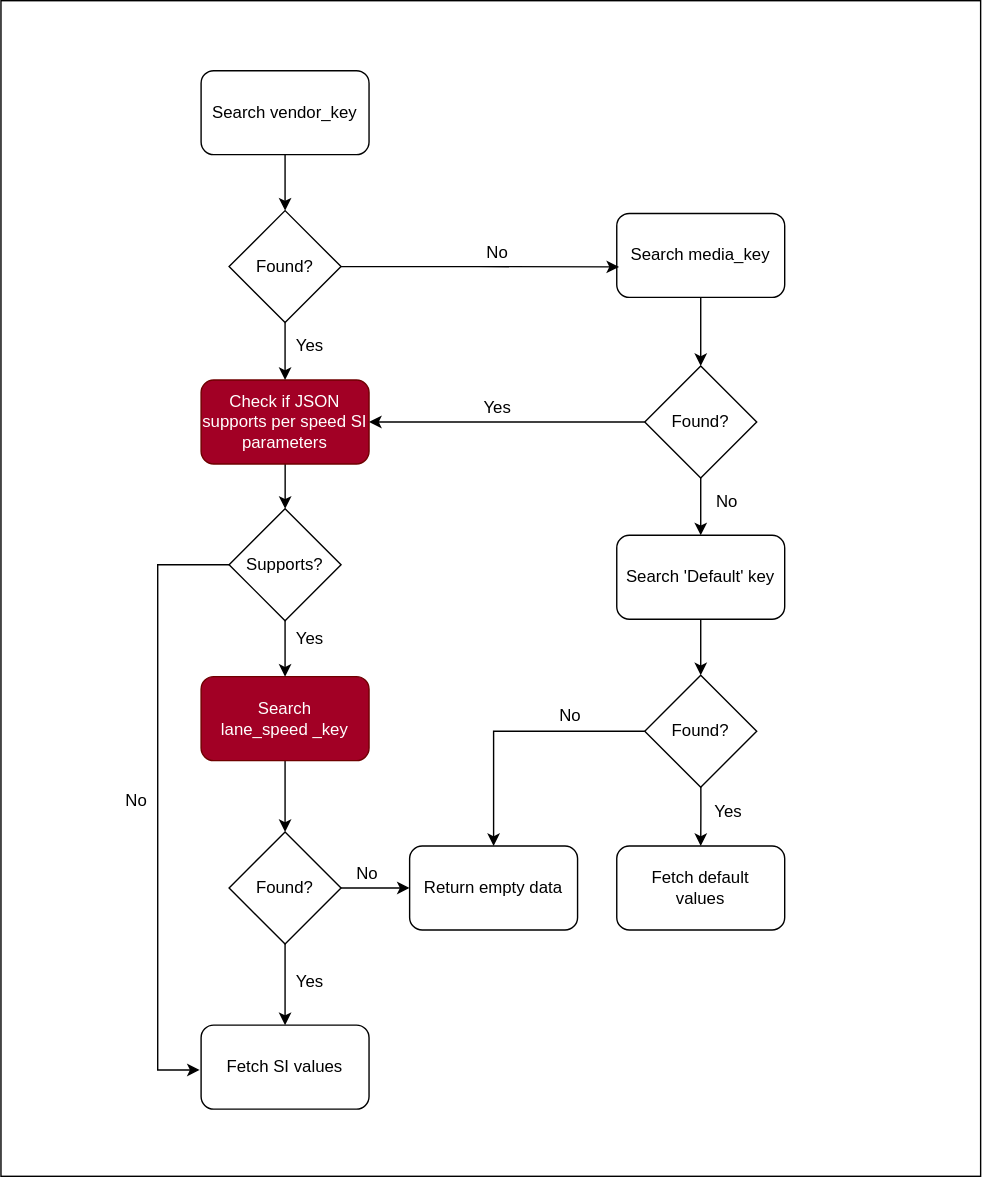
Above: doc/port-si/parser_flow.drawio.svg in sonic-net/SONiC (draw.io), before the change. Source tidied: cells renumbered, new cells last; positions are measured from the earlier drawing's top-left corner, leaving out a move shared by most shapes. The source it was exported from:
```xml
<mxGraphModel>
  <root>
    <mxCell id="0" />
    <mxCell id="1" parent="0" />
    <mxCell id="2" style="rounded=0;whiteSpace=wrap;html=1;" parent="1" vertex="1">
      <mxGeometry width="700" height="840" as="geometry" />
    </mxCell>
    <mxCell id="3" style="edgeStyle=orthogonalEdgeStyle;rounded=0;jettySize=auto;html=1;exitX=0.5;exitY=1;exitDx=0;exitDy=0;entryX=0.5;entryY=0;entryDx=0;entryDy=0;" parent="1" edge="1" source="4" target="11">
      <mxGeometry relative="1" as="geometry" />
    </mxCell>
    <mxCell id="4" value="Search vendor_key&amp;nbsp;" style="rounded=1;whiteSpace=wrap;html=1;" parent="1" vertex="1">
      <mxGeometry x="143" y="50" width="120" height="60" as="geometry" />
    </mxCell>
    <mxCell id="5" style="edgeStyle=orthogonalEdgeStyle;rounded=0;jettySize=auto;html=1;" parent="1" edge="1" source="6" target="27">
      <mxGeometry relative="1" as="geometry" />
    </mxCell>
    <mxCell id="6" value="Search media_key&amp;nbsp;" style="rounded=1;whiteSpace=wrap;html=1;" parent="1" vertex="1">
      <mxGeometry x="440" y="152" width="120" height="60" as="geometry" />
    </mxCell>
    <mxCell id="7" style="edgeStyle=orthogonalEdgeStyle;rounded=0;jettySize=auto;html=1;" parent="1" edge="1" source="8" target="16">
      <mxGeometry relative="1" as="geometry" />
    </mxCell>
    <mxCell id="8" value="Check if JSON supports per speed SI parameters" style="rounded=1;whiteSpace=wrap;html=1;fillColor=#a20025;fontColor=#ffffff;strokeColor=#6F0000;" parent="1" vertex="1">
      <mxGeometry x="143" y="271" width="120" height="60" as="geometry" />
    </mxCell>
    <mxCell id="9" style="edgeStyle=orthogonalEdgeStyle;rounded=0;jettySize=auto;html=1;exitX=0.5;exitY=1;exitDx=0;exitDy=0;entryX=0.5;entryY=0;entryDx=0;entryDy=0;" parent="1" edge="1" source="11" target="8">
      <mxGeometry relative="1" as="geometry" />
    </mxCell>
    <mxCell id="10" style="edgeStyle=orthogonalEdgeStyle;rounded=0;jettySize=auto;html=1;entryX=0.014;entryY=0.637;entryDx=0;entryDy=0;entryPerimeter=0;" parent="1" edge="1" source="11" target="6">
      <mxGeometry relative="1" as="geometry" />
    </mxCell>
    <mxCell id="11" value="Found?" style="rhombus;whiteSpace=wrap;html=1;" parent="1" vertex="1">
      <mxGeometry x="163" y="150" width="80" height="80" as="geometry" />
    </mxCell>
    <mxCell id="12" style="edgeStyle=orthogonalEdgeStyle;rounded=0;jettySize=auto;html=1;" parent="1" edge="1" source="13" target="19">
      <mxGeometry relative="1" as="geometry" />
    </mxCell>
    <mxCell id="13" value="Search &lt;br&gt;lane_speed _key" style="rounded=1;whiteSpace=wrap;html=1;fillColor=#a20025;fontColor=#ffffff;strokeColor=#6F0000;" parent="1" vertex="1">
      <mxGeometry x="143" y="483" width="120" height="60" as="geometry" />
    </mxCell>
    <mxCell id="14" style="edgeStyle=orthogonalEdgeStyle;rounded=0;jettySize=auto;html=1;" parent="1" edge="1" source="16" target="13">
      <mxGeometry relative="1" as="geometry" />
    </mxCell>
    <mxCell id="15" style="edgeStyle=orthogonalEdgeStyle;rounded=0;orthogonalLoop=1;jettySize=auto;html=1;" parent="1" edge="1">
      <mxGeometry relative="1" as="geometry">
        <mxPoint x="163" y="403" as="sourcePoint" />
        <mxPoint x="142" y="764" as="targetPoint" />
        <Array as="points">
          <mxPoint x="112" y="403" />
          <mxPoint x="112" y="764" />
        </Array>
      </mxGeometry>
    </mxCell>
    <mxCell id="16" value="Supports?" style="rhombus;whiteSpace=wrap;html=1;" parent="1" vertex="1">
      <mxGeometry x="163" y="363" width="80" height="80" as="geometry" />
    </mxCell>
    <mxCell id="17" style="edgeStyle=orthogonalEdgeStyle;rounded=0;jettySize=auto;html=1;" parent="1" edge="1" source="19" target="20">
      <mxGeometry relative="1" as="geometry" />
    </mxCell>
    <mxCell id="18" style="edgeStyle=orthogonalEdgeStyle;rounded=0;jettySize=auto;html=1;" parent="1" edge="1" source="19" target="29">
      <mxGeometry relative="1" as="geometry" />
    </mxCell>
    <mxCell id="19" value="Found?" style="rhombus;whiteSpace=wrap;html=1;" parent="1" vertex="1">
      <mxGeometry x="163" y="594" width="80" height="80" as="geometry" />
    </mxCell>
    <mxCell id="20" value="Fetch SI values" style="rounded=1;whiteSpace=wrap;html=1;" parent="1" vertex="1">
      <mxGeometry x="143" y="732" width="120" height="60" as="geometry" />
    </mxCell>
    <mxCell id="21" value="No" style="text;html=1;strokeColor=none;fillColor=none;align=center;verticalAlign=middle;whiteSpace=wrap;rounded=0;" parent="1" vertex="1">
      <mxGeometry x="325" y="165" width="60" height="30" as="geometry" />
    </mxCell>
    <mxCell id="22" value="Yes" style="text;html=1;strokeColor=none;fillColor=none;align=center;verticalAlign=middle;whiteSpace=wrap;rounded=0;" parent="1" vertex="1">
      <mxGeometry x="191" y="232" width="60" height="30" as="geometry" />
    </mxCell>
    <mxCell id="23" value="Yes" style="text;html=1;strokeColor=none;fillColor=none;align=center;verticalAlign=middle;whiteSpace=wrap;rounded=0;" parent="1" vertex="1">
      <mxGeometry x="191" y="441" width="60" height="30" as="geometry" />
    </mxCell>
    <mxCell id="24" value="Yes" style="text;html=1;strokeColor=none;fillColor=none;align=center;verticalAlign=middle;whiteSpace=wrap;rounded=0;" parent="1" vertex="1">
      <mxGeometry x="191" y="686" width="60" height="30" as="geometry" />
    </mxCell>
    <mxCell id="25" style="edgeStyle=orthogonalEdgeStyle;rounded=0;jettySize=auto;html=1;entryX=1;entryY=0.5;entryDx=0;entryDy=0;" parent="1" edge="1" source="27" target="8">
      <mxGeometry relative="1" as="geometry" />
    </mxCell>
    <mxCell id="26" style="edgeStyle=orthogonalEdgeStyle;rounded=0;jettySize=auto;html=1;" parent="1" edge="1" source="27" target="33">
      <mxGeometry relative="1" as="geometry" />
    </mxCell>
    <mxCell id="27" value="Found?" style="rhombus;whiteSpace=wrap;html=1;" parent="1" vertex="1">
      <mxGeometry x="460" y="261" width="80" height="80" as="geometry" />
    </mxCell>
    <mxCell id="28" value="No" style="text;html=1;strokeColor=none;fillColor=none;align=center;verticalAlign=middle;whiteSpace=wrap;rounded=0;" parent="1" vertex="1">
      <mxGeometry x="232" y="609" width="60" height="30" as="geometry" />
    </mxCell>
    <mxCell id="29" value="Return empty data" style="rounded=1;whiteSpace=wrap;html=1;" parent="1" vertex="1">
      <mxGeometry x="292" y="604" width="120" height="60" as="geometry" />
    </mxCell>
    <mxCell id="30" value="No" style="text;html=1;strokeColor=none;fillColor=none;align=center;verticalAlign=middle;whiteSpace=wrap;rounded=0;" parent="1" vertex="1">
      <mxGeometry x="67" y="557" width="60" height="30" as="geometry" />
    </mxCell>
    <mxCell id="31" value="Yes" style="text;html=1;strokeColor=none;fillColor=none;align=center;verticalAlign=middle;whiteSpace=wrap;rounded=0;" parent="1" vertex="1">
      <mxGeometry x="325" y="276" width="60" height="30" as="geometry" />
    </mxCell>
    <mxCell id="32" style="edgeStyle=orthogonalEdgeStyle;rounded=0;jettySize=auto;html=1;" parent="1" edge="1" source="33" target="37">
      <mxGeometry relative="1" as="geometry" />
    </mxCell>
    <mxCell id="33" value="Search 'Default' key" style="rounded=1;whiteSpace=wrap;html=1;" parent="1" vertex="1">
      <mxGeometry x="440" y="382" width="120" height="60" as="geometry" />
    </mxCell>
    <mxCell id="34" value="Fetch default&lt;br&gt;values" style="rounded=1;whiteSpace=wrap;html=1;" parent="1" vertex="1">
      <mxGeometry x="440" y="604" width="120" height="60" as="geometry" />
    </mxCell>
    <mxCell id="35" style="edgeStyle=orthogonalEdgeStyle;rounded=0;jettySize=auto;html=1;" parent="1" edge="1" target="34">
      <mxGeometry relative="1" as="geometry">
        <mxPoint x="500.1" y="548.9" as="sourcePoint" />
      </mxGeometry>
    </mxCell>
    <mxCell id="36" style="edgeStyle=orthogonalEdgeStyle;rounded=0;jettySize=auto;html=1;entryX=0.5;entryY=0;entryDx=0;entryDy=0;" parent="1" edge="1" source="37" target="29">
      <mxGeometry relative="1" as="geometry" />
    </mxCell>
    <mxCell id="37" value="Found?" style="rhombus;whiteSpace=wrap;html=1;" parent="1" vertex="1">
      <mxGeometry x="460" y="482" width="80" height="80" as="geometry" />
    </mxCell>
    <mxCell id="38" value="Yes" style="text;html=1;strokeColor=none;fillColor=none;align=center;verticalAlign=middle;whiteSpace=wrap;rounded=0;" parent="1" vertex="1">
      <mxGeometry x="490" y="565" width="60" height="30" as="geometry" />
    </mxCell>
    <mxCell id="39" value="No" style="text;html=1;strokeColor=none;fillColor=none;align=center;verticalAlign=middle;whiteSpace=wrap;rounded=0;" parent="1" vertex="1">
      <mxGeometry x="489" y="343" width="60" height="30" as="geometry" />
    </mxCell>
    <mxCell id="40" value="No" style="text;html=1;strokeColor=none;fillColor=none;align=center;verticalAlign=middle;whiteSpace=wrap;rounded=0;" parent="1" vertex="1">
      <mxGeometry x="377" y="496" width="60" height="30" as="geometry" />
    </mxCell>
  </root>
</mxGraphModel>
```
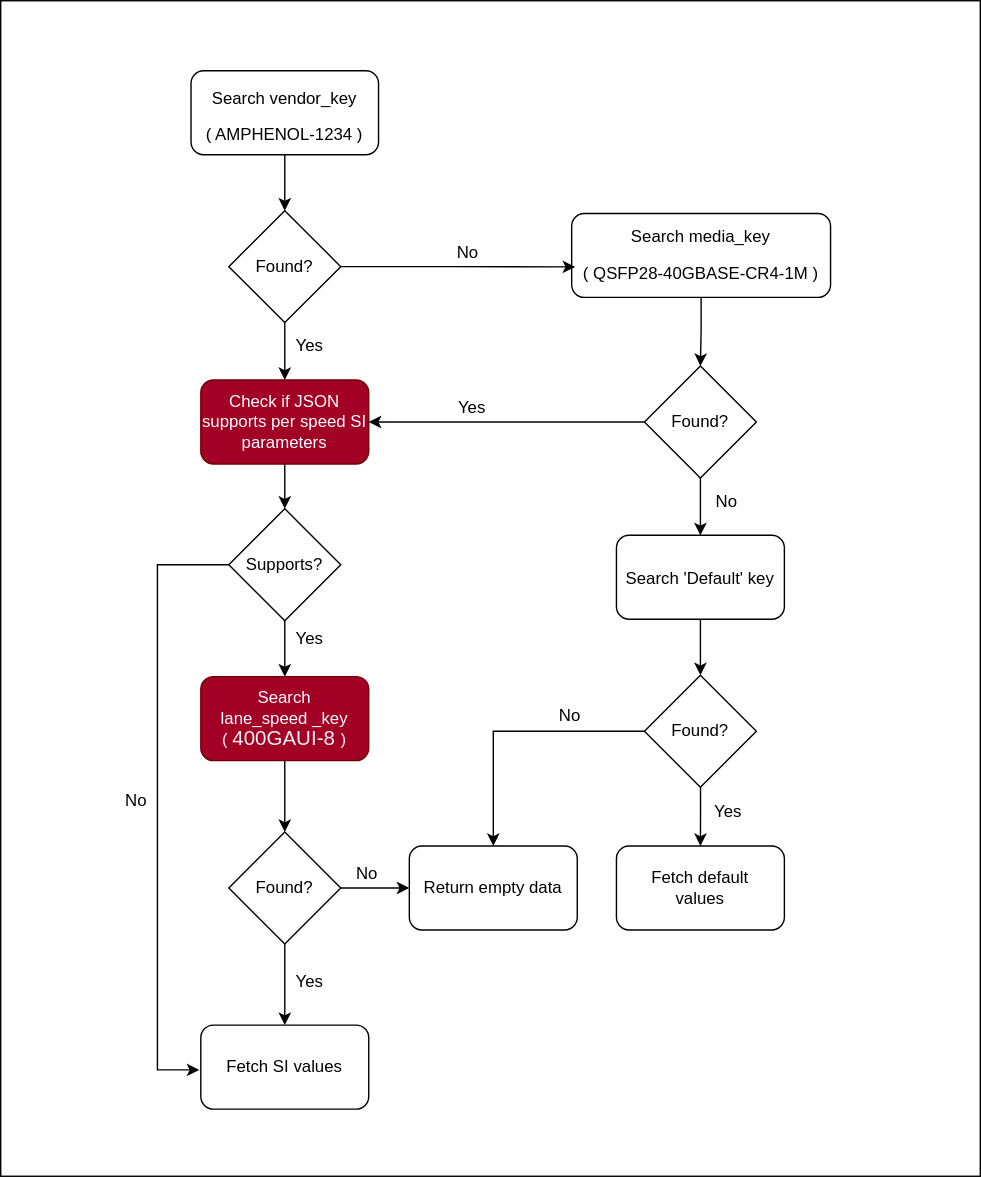
After the commit.

Commit message:
Updated parser flow with references for all keys

What changed in the source:
```diff
@@ -8,14 +8,14 @@
     <mxCell id="3" style="edgeStyle=orthogonalEdgeStyle;rounded=0;jettySize=auto;html=1;exitX=0.5;exitY=1;exitDx=0;exitDy=0;entryX=0.5;entryY=0;entryDx=0;entryDy=0;" parent="1" edge="1" source="4" target="11">
       <mxGeometry relative="1" as="geometry" />
     </mxCell>
-    <mxCell id="4" value="Search vendor_key&amp;nbsp;" style="rounded=1;whiteSpace=wrap;html=1;" parent="1" vertex="1">
-      <mxGeometry x="143" y="50" width="120" height="60" as="geometry" />
+    <mxCell id="4" value="&lt;p style=&quot;line-height: 100%;&quot;&gt;&lt;br&gt;&lt;/p&gt;&lt;p style=&quot;line-height: 110%;&quot;&gt;Search vendor_key&lt;br&gt;&lt;br&gt;(&amp;nbsp;&lt;span&gt;AMPHENOL-1234 )&lt;/span&gt;&lt;/p&gt;&lt;p style=&quot;line-height: 50%;&quot;&gt;&lt;br&gt;&amp;nbsp;&lt;/p&gt;" style="rounded=1;whiteSpace=wrap;html=1;" parent="1" vertex="1">
+      <mxGeometry x="136" y="50" width="134" height="60" as="geometry" />
     </mxCell>
     <mxCell id="5" style="edgeStyle=orthogonalEdgeStyle;rounded=0;jettySize=auto;html=1;" parent="1" edge="1" source="6" target="27">
       <mxGeometry relative="1" as="geometry" />
     </mxCell>
-    <mxCell id="6" value="Search media_key&amp;nbsp;" style="rounded=1;whiteSpace=wrap;html=1;" parent="1" vertex="1">
-      <mxGeometry x="440" y="152" width="120" height="60" as="geometry" />
+    <mxCell id="6" value="&lt;p style=&quot;line-height: 110%;&quot;&gt;Search media_key&lt;br&gt;&lt;br&gt;(&lt;span&gt;QSFP28-40GBASE-CR4-1M )&lt;/span&gt;&lt;br&gt;&amp;nbsp;&lt;/p&gt;" style="rounded=1;whiteSpace=wrap;html=1;" parent="1" vertex="1">
+      <mxGeometry x="408" y="152" width="185" height="60" as="geometry" />
     </mxCell>
     <mxCell id="7" style="edgeStyle=orthogonalEdgeStyle;rounded=0;jettySize=auto;html=1;" parent="1" edge="1" source="8" target="16">
       <mxGeometry relative="1" as="geometry" />
@@ -35,7 +35,7 @@
     <mxCell id="12" style="edgeStyle=orthogonalEdgeStyle;rounded=0;jettySize=auto;html=1;" parent="1" edge="1" source="13" target="19">
       <mxGeometry relative="1" as="geometry" />
     </mxCell>
-    <mxCell id="13" value="Search &lt;br&gt;lane_speed _key" style="rounded=1;whiteSpace=wrap;html=1;fillColor=#a20025;fontColor=#ffffff;strokeColor=#6F0000;" parent="1" vertex="1">
+    <mxCell id="13" value="Search &lt;br&gt;lane_speed _key&lt;br&gt;&lt;span style=&quot;color: rgb(240, 240, 240);&quot;&gt;(&amp;nbsp;&lt;/span&gt;&lt;span style=&quot;color: rgb(240, 240, 240); font-size: 11pt; line-height: 15.6933px; font-family: Calibri, sans-serif;&quot; lang=&quot;EN-US&quot;&gt;400GAUI-8&amp;nbsp;&lt;/span&gt;&lt;span style=&quot;color: rgb(240, 240, 240);&quot;&gt;)&lt;/span&gt;" style="rounded=1;whiteSpace=wrap;html=1;fillColor=#a20025;fontColor=#ffffff;strokeColor=#6F0000;" parent="1" vertex="1">
       <mxGeometry x="143" y="483" width="120" height="60" as="geometry" />
     </mxCell>
     <mxCell id="14" style="edgeStyle=orthogonalEdgeStyle;rounded=0;jettySize=auto;html=1;" parent="1" edge="1" source="16" target="13">
@@ -67,7 +67,7 @@
       <mxGeometry x="143" y="732" width="120" height="60" as="geometry" />
     </mxCell>
     <mxCell id="21" value="No" style="text;html=1;strokeColor=none;fillColor=none;align=center;verticalAlign=middle;whiteSpace=wrap;rounded=0;" parent="1" vertex="1">
-      <mxGeometry x="325" y="165" width="60" height="30" as="geometry" />
+      <mxGeometry x="304" y="165" width="60" height="30" as="geometry" />
     </mxCell>
     <mxCell id="22" value="Yes" style="text;html=1;strokeColor=none;fillColor=none;align=center;verticalAlign=middle;whiteSpace=wrap;rounded=0;" parent="1" vertex="1">
       <mxGeometry x="191" y="232" width="60" height="30" as="geometry" />
@@ -97,12 +97,12 @@
       <mxGeometry x="67" y="557" width="60" height="30" as="geometry" />
     </mxCell>
     <mxCell id="31" value="Yes" style="text;html=1;strokeColor=none;fillColor=none;align=center;verticalAlign=middle;whiteSpace=wrap;rounded=0;" parent="1" vertex="1">
-      <mxGeometry x="325" y="276" width="60" height="30" as="geometry" />
+      <mxGeometry x="307" y="276" width="60" height="30" as="geometry" />
     </mxCell>
     <mxCell id="32" style="edgeStyle=orthogonalEdgeStyle;rounded=0;jettySize=auto;html=1;" parent="1" edge="1" source="33" target="37">
       <mxGeometry relative="1" as="geometry" />
     </mxCell>
-    <mxCell id="33" value="Search 'Default' key" style="rounded=1;whiteSpace=wrap;html=1;" parent="1" vertex="1">
+    <mxCell id="33" value="&lt;p style=&quot;line-height: 150%;&quot;&gt;Search 'Default' key&lt;br&gt;&lt;/p&gt;" style="rounded=1;whiteSpace=wrap;html=1;" parent="1" vertex="1">
       <mxGeometry x="440" y="382" width="120" height="60" as="geometry" />
     </mxCell>
     <mxCell id="34" value="Fetch default&lt;br&gt;values" style="rounded=1;whiteSpace=wrap;html=1;" parent="1" vertex="1">
```
